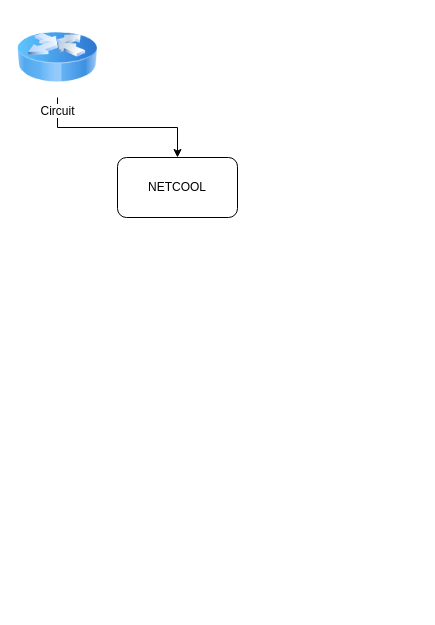
The draw.io diagram Untitled Diagram.drawio in akosicedzkii/bootstrap, before the edit. Source tidied: cells renumbered, new cells numbered last; positions are measured from the earlier drawing's top-left corner, leaving out a move shared by most shapes. Both pictures are drawn from the tidied source at 100%, with x=0, y=0 at pixel (17, 17).
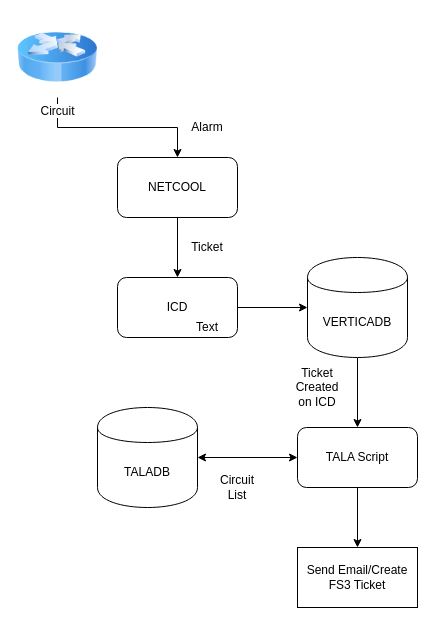
The same diagram, later.

The edit, as a diff of the source:
```diff
@@
 <mxGraphModel>
   <root>
     <mxCell id="0" />
     <mxCell id="1" parent="0" />
     <mxCell id="2" style="edgeStyle=orthogonalEdgeStyle;rounded=0;jettySize=auto;html=1;exitX=0.5;exitY=1;exitDx=0;exitDy=0;entryX=0.5;entryY=0;entryDx=0;entryDy=0;" parent="1" edge="1" source="3" target="4">
       <mxGeometry relative="1" as="geometry" />
     </mxCell>
     <mxCell id="3" value="Circuit" style="image;html=1;labelBackgroundColor=#ffffff;image=img/lib/clip_art/networking/Router_Icon_128x128.png;" parent="1" vertex="1">
       <mxGeometry width="80" height="80" as="geometry" />
     </mxCell>
+    <mxCell id="5" style="edgeStyle=orthogonalEdgeStyle;rounded=0;jettySize=auto;html=1;exitX=0.5;exitY=1;exitDx=0;exitDy=0;entryX=0.5;entryY=0;entryDx=0;entryDy=0;" parent="1" edge="1" source="4" target="8">
+      <mxGeometry relative="1" as="geometry" />
+    </mxCell>
     <mxCell id="4" value="NETCOOL" style="rounded=1;whiteSpace=wrap;html=1;" parent="1" vertex="1">
       <mxGeometry x="100" y="140" width="120" height="60" as="geometry" />
     </mxCell>
+    <mxCell id="6" value="Alarm" style="text;html=1;strokeColor=none;fillColor=none;align=center;verticalAlign=middle;whiteSpace=wrap;rounded=0;" parent="1" vertex="1">
+      <mxGeometry x="170" y="100" width="40" height="20" as="geometry" />
+    </mxCell>
+    <mxCell id="7" style="edgeStyle=orthogonalEdgeStyle;rounded=0;jettySize=auto;html=1;exitX=1;exitY=0.5;exitDx=0;exitDy=0;" parent="1" edge="1" source="8" target="10">
+      <mxGeometry relative="1" as="geometry" />
+    </mxCell>
+    <mxCell id="8" value="ICD" style="rounded=1;whiteSpace=wrap;html=1;" parent="1" vertex="1">
+      <mxGeometry x="100" y="260" width="120" height="60" as="geometry" />
+    </mxCell>
+    <mxCell id="9" style="edgeStyle=orthogonalEdgeStyle;rounded=0;jettySize=auto;html=1;exitX=0.5;exitY=1;exitDx=0;exitDy=0;entryX=0.5;entryY=0;entryDx=0;entryDy=0;" parent="1" edge="1" source="10" target="13">
+      <mxGeometry relative="1" as="geometry" />
+    </mxCell>
+    <mxCell id="10" value="VERTICADB" style="shape=cylinder;whiteSpace=wrap;html=1;boundedLbl=1;backgroundOutline=1;" parent="1" vertex="1">
+      <mxGeometry x="290" y="240" width="100" height="100" as="geometry" />
+    </mxCell>
+    <mxCell id="11" value="Ticket" style="text;html=1;strokeColor=none;fillColor=none;align=center;verticalAlign=middle;whiteSpace=wrap;rounded=0;" parent="1" vertex="1">
+      <mxGeometry x="170" y="220" width="40" height="20" as="geometry" />
+    </mxCell>
+    <mxCell id="12" style="edgeStyle=orthogonalEdgeStyle;rounded=0;jettySize=auto;html=1;exitX=0.5;exitY=1;exitDx=0;exitDy=0;entryX=0.5;entryY=0;entryDx=0;entryDy=0;" parent="1" edge="1" source="13" target="16">
+      <mxGeometry relative="1" as="geometry" />
+    </mxCell>
+    <mxCell id="13" value="TALA Script" style="rounded=1;whiteSpace=wrap;html=1;" parent="1" vertex="1">
+      <mxGeometry x="280" y="410" width="120" height="60" as="geometry" />
+    </mxCell>
+    <mxCell id="14" value="Text" style="text;html=1;strokeColor=none;fillColor=none;align=center;verticalAlign=middle;whiteSpace=wrap;rounded=0;" parent="1" vertex="1">
+      <mxGeometry x="170" y="300" width="40" height="20" as="geometry" />
+    </mxCell>
+    <mxCell id="15" value="Ticket Created on ICD" style="text;html=1;strokeColor=none;fillColor=none;align=center;verticalAlign=middle;whiteSpace=wrap;rounded=0;" parent="1" vertex="1">
+      <mxGeometry x="280" y="360" width="40" height="20" as="geometry" />
+    </mxCell>
+    <mxCell id="16" value="Send Email/Create FS3 Ticket" style="rounded=0;whiteSpace=wrap;html=1;" parent="1" vertex="1">
+      <mxGeometry x="280" y="530" width="120" height="60" as="geometry" />
+    </mxCell>
+    <mxCell id="17" style="edgeStyle=orthogonalEdgeStyle;rounded=0;jettySize=auto;html=1;startArrow=classic;startFill=1;" parent="1" edge="1" source="18" target="13">
+      <mxGeometry relative="1" as="geometry" />
+    </mxCell>
+    <mxCell id="18" value="TALADB" style="shape=cylinder;whiteSpace=wrap;html=1;boundedLbl=1;backgroundOutline=1;" parent="1" vertex="1">
+      <mxGeometry x="80" y="390" width="100" height="100" as="geometry" />
+    </mxCell>
+    <mxCell id="19" value="Circuit List" style="text;html=1;strokeColor=none;fillColor=none;align=center;verticalAlign=middle;whiteSpace=wrap;rounded=0;" parent="1" vertex="1">
+      <mxGeometry x="200" y="460" width="40" height="20" as="geometry" />
+    </mxCell>
   </root>
 </mxGraphModel>
```
